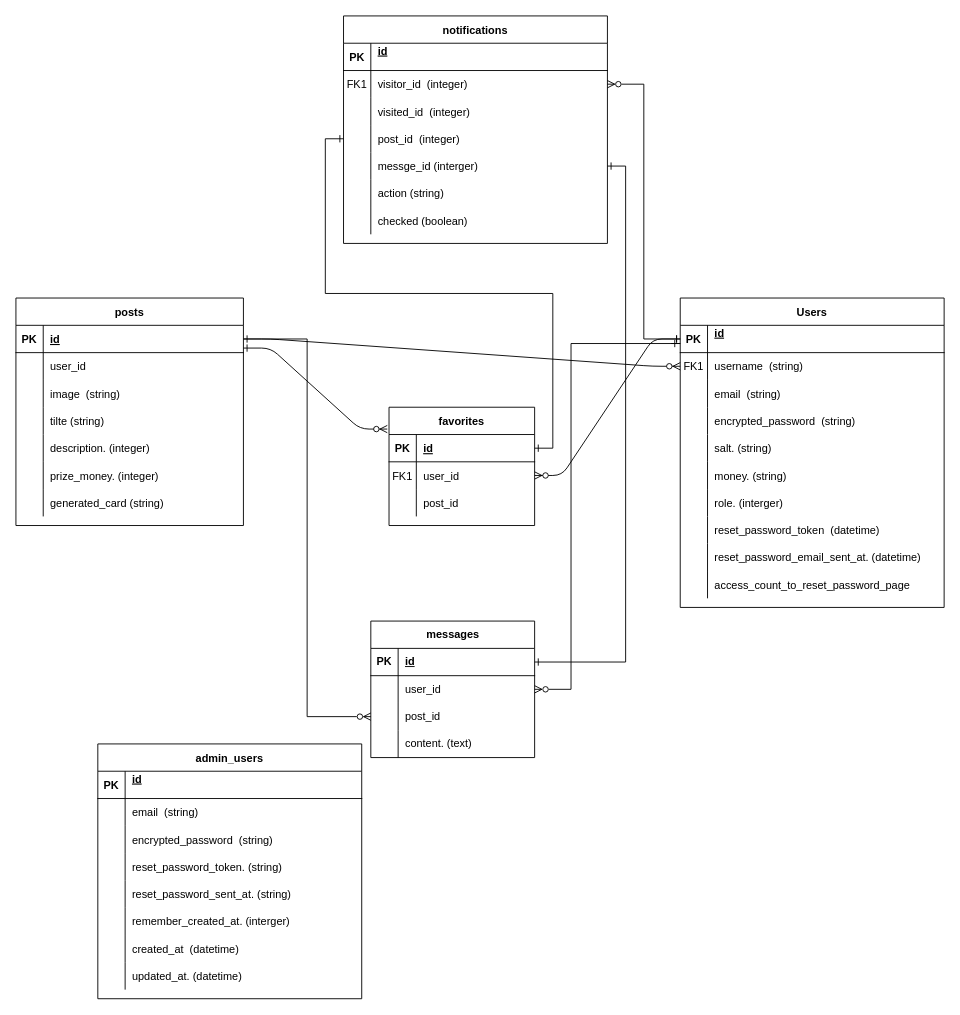
This is 名称未設定ファイル.drawio from daichi-50/make_ER, a draw.io file, before an edit. Source tidied: cells renumbered, new cells numbered last; positions are measured from the earlier drawing's top-left corner, leaving out a move shared by most shapes. Both pictures are drawn from the tidied source at 91%, with x=0, y=0 at pixel (15, 15).
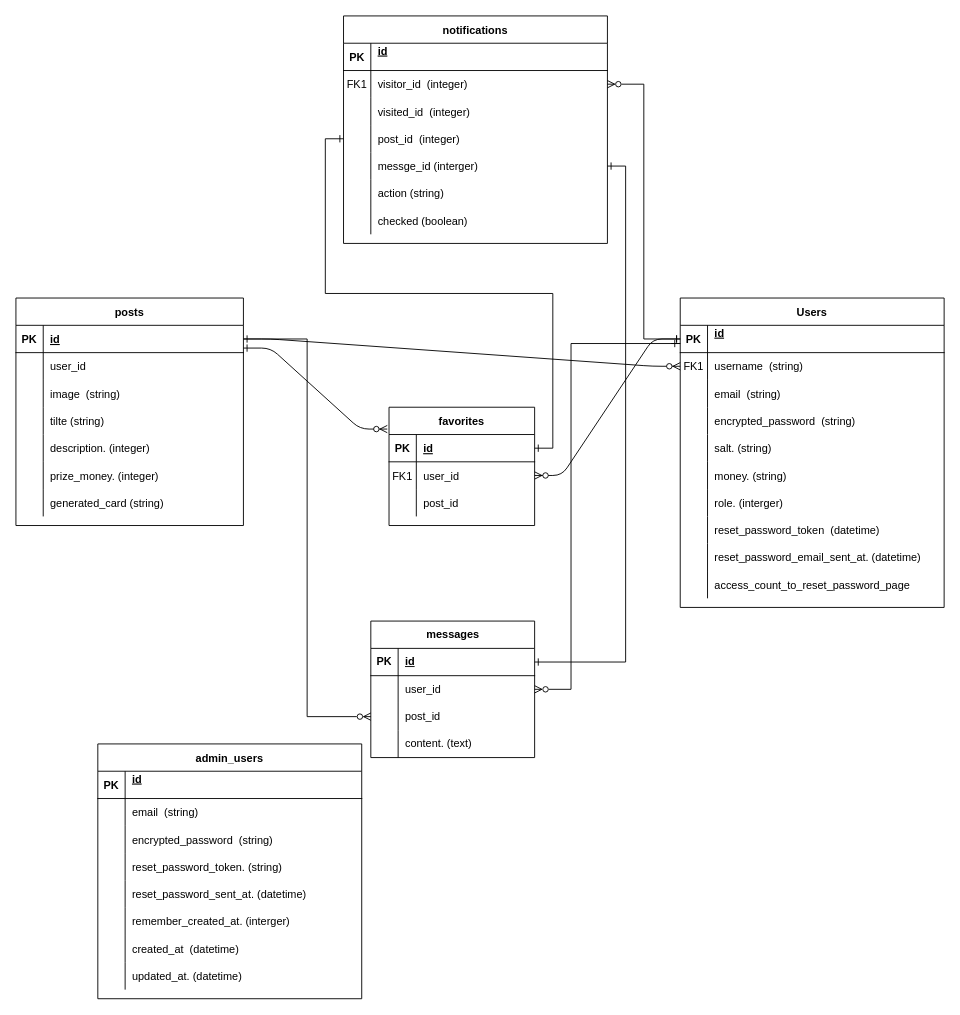
The same diagram, later.

Commit message:
名称未設定ファイル.drawio を更新します

The change refers to these unchanged cells:
```xml
<mxCell id="96" style="shape=partialRectangle;fillColor=none;top=0;left=0;right=0;bottom=0;" parent="83" vertex="1">
  <mxGeometry y="150" width="290" height="30" as="geometry" />
</mxCell>
```

What changed in the source:
```diff
@@
-    <mxCell id="98" value="reset_password_sent_at. (string)" style="shape=partialRectangle;overflow=hidden;fillColor=none;top=0;left=0;bottom=0;right=0;align=left;spacingLeft=6;" parent="96" vertex="1">
+    <mxCell id="98" value="reset_password_sent_at. (datetime)" style="shape=partialRectangle;overflow=hidden;fillColor=none;top=0;left=0;bottom=0;right=0;align=left;spacingLeft=6;" parent="96" vertex="1">
       <mxGeometry x="30" width="260" height="30" as="geometry" />
     </mxCell>
```
